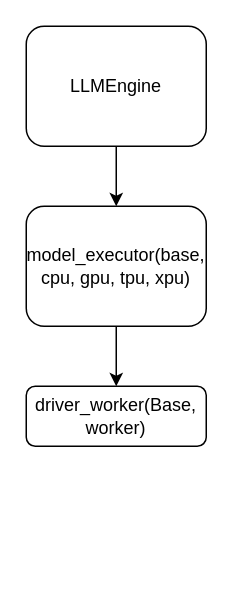
The draw.io diagram vllm_architecture.drawio in DavidZyy/drawio_repo, before the edit. Source tidied: cells renumbered, new cells numbered last; positions are measured from the earlier drawing's top-left corner, leaving out a move shared by most shapes. Both pictures are drawn from the tidied source at 150%, with x=0, y=0 at pixel (26, 26).
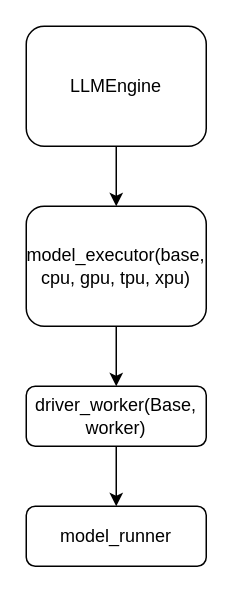
The same page after the edit.

Change to the diagram source:
```diff
@@
 <mxGraphModel>
   <root>
     <mxCell id="0" />
     <mxCell id="1" parent="0" />
     <mxCell id="2" style="edgeStyle=orthogonalEdgeStyle;rounded=0;jettySize=auto;html=1;" parent="1" edge="1" source="3" target="5">
       <mxGeometry relative="1" as="geometry" />
     </mxCell>
     <mxCell id="3" value="LLMEngine" style="rounded=1;whiteSpace=wrap;html=1;" parent="1" vertex="1">
       <mxGeometry width="120" height="80" as="geometry" />
     </mxCell>
     <mxCell id="4" style="edgeStyle=orthogonalEdgeStyle;rounded=0;jettySize=auto;html=1;" parent="1" edge="1" source="5" target="6">
       <mxGeometry relative="1" as="geometry" />
     </mxCell>
     <mxCell id="5" value="model_executor(base, cpu, gpu, tpu, xpu)" style="whiteSpace=wrap;html=1;rounded=1;" parent="1" vertex="1">
       <mxGeometry y="120" width="120" height="80" as="geometry" />
     </mxCell>
+    <mxCell id="7" style="edgeStyle=orthogonalEdgeStyle;rounded=0;jettySize=auto;html=1;" parent="1" edge="1" source="6" target="8">
+      <mxGeometry relative="1" as="geometry" />
+    </mxCell>
     <mxCell id="6" value="driver_worker(Base, worker)" style="whiteSpace=wrap;html=1;rounded=1;" parent="1" vertex="1">
       <mxGeometry y="240" width="120" height="40" as="geometry" />
     </mxCell>
+    <mxCell id="8" value="model_runner" style="whiteSpace=wrap;html=1;rounded=1;" parent="1" vertex="1">
+      <mxGeometry y="320" width="120" height="40" as="geometry" />
+    </mxCell>
   </root>
 </mxGraphModel>
```
